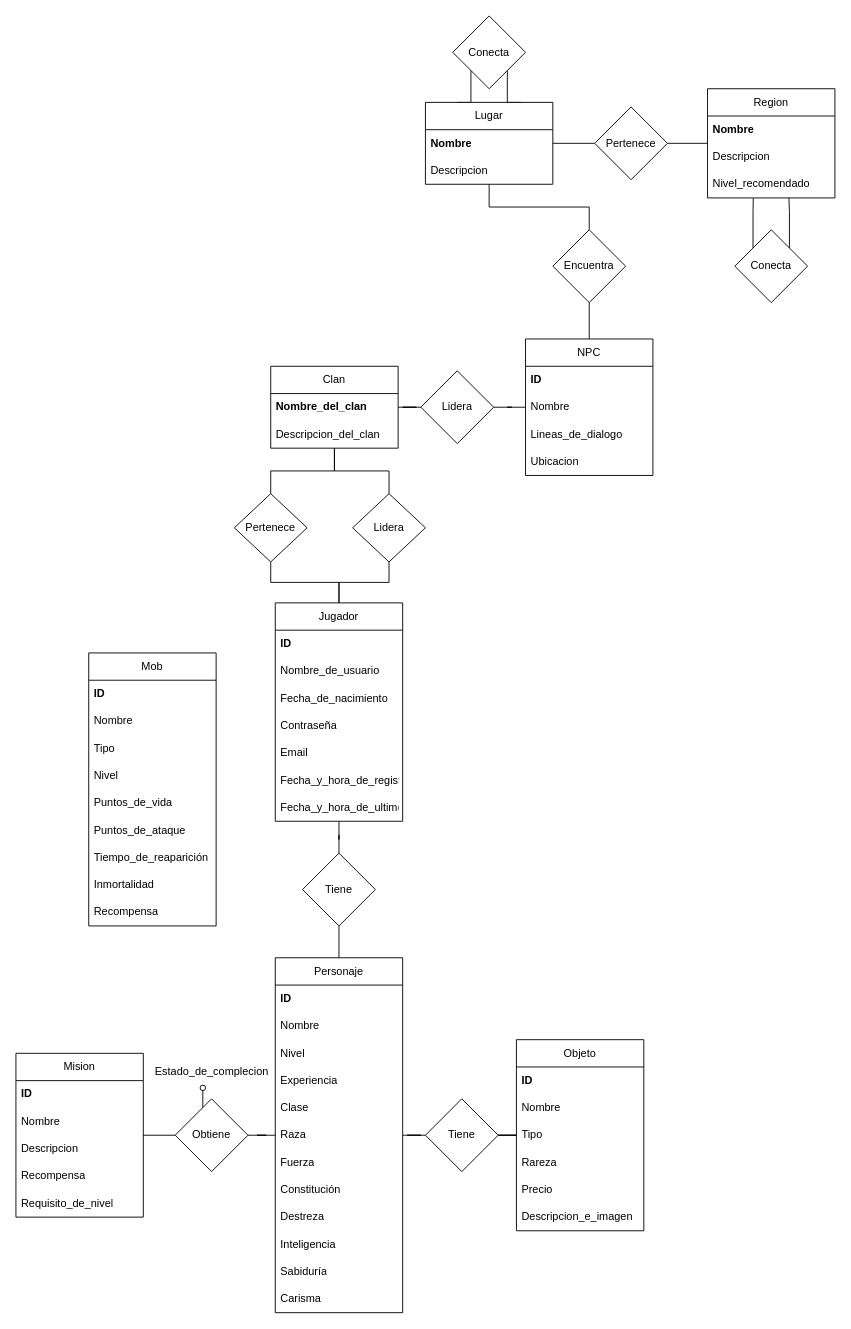
Gotrufo-Eloy/Proyectos keeps this draw.io diagram as Base Datos/Diagramas ER/EloyDelgadoPérez.drawio. Above is the earlier version. Source tidied: cells renumbered, new cells numbered last; positions are measured from the earlier drawing's top-left corner, leaving out a move shared by most shapes. Both pictures are drawn from the tidied source at 91%, with x=0, y=0 at pixel (15, 15).
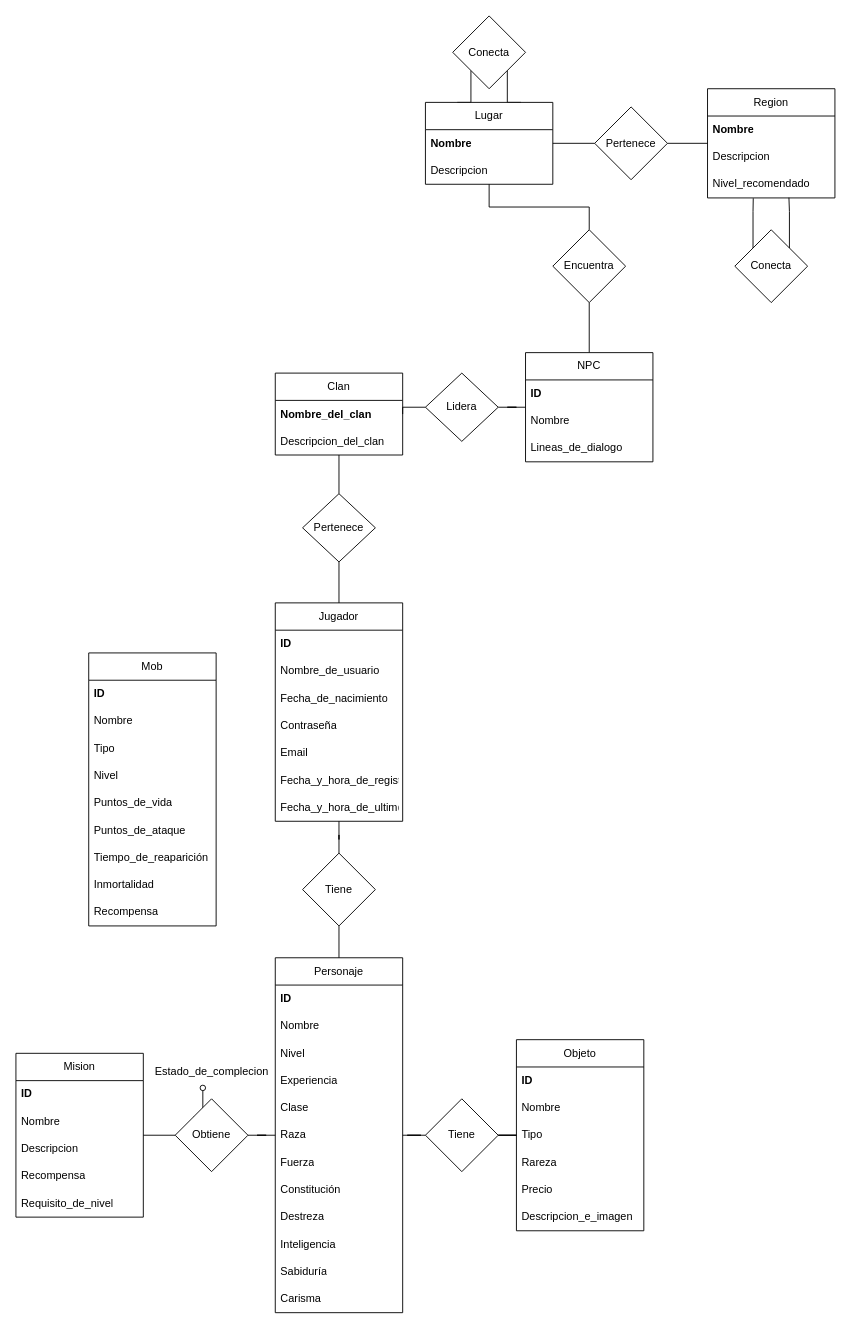
Above is the later version.

The change refers to these unchanged cells:
```xml
<mxCell id="4" value="Jugador" style="swimlane;fontStyle=0;horizontal=1;startSize=30;whiteSpace=wrap;html=1;" parent="1" vertex="1">
  <mxGeometry x="285" y="645" width="140" height="240" as="geometry" />
</mxCell>
<mxCell id="69" value="&lt;b&gt;Nombre_del_clan&lt;/b&gt;" style="text;strokeColor=none;fillColor=none;align=left;verticalAlign=middle;spacingLeft=4;spacingRight=4;overflow=hidden;points=[[0,0.5],[1,0.5]];portConstraint=eastwest;whiteSpace=wrap;html=1;" parent="68" vertex="1">
  <mxGeometry y="30" width="140" height="30" as="geometry" />
</mxCell>
```

Change to the diagram source:
```diff
@@
-    <mxCell id="62" style="edgeStyle=orthogonalEdgeStyle;rounded=0;jettySize=auto;html=1;endArrow=none;endFill=0;entryX=1;entryY=0.5;entryDx=0;entryDy=0;" parent="1" edge="1" source="63" target="90">
+    <mxCell id="62" style="edgeStyle=orthogonalEdgeStyle;rounded=0;jettySize=auto;html=1;endArrow=none;endFill=0;entryX=1;entryY=0.5;entryDx=0;entryDy=0;" parent="1" edge="1" source="63" target="88">
       <mxGeometry relative="1" as="geometry" />
     </mxCell>
     <mxCell id="63" value="NPC" style="swimlane;fontStyle=0;horizontal=1;startSize=30;whiteSpace=wrap;html=1;" parent="1" vertex="1">
-      <mxGeometry x="560" y="355" width="140" height="150" as="geometry" />
+      <mxGeometry x="560" y="370" width="140" height="120" as="geometry" />
     </mxCell>
@@
-    <mxCell id="67" value="Ubicacion" style="text;strokeColor=none;fillColor=none;align=left;verticalAlign=middle;spacingLeft=4;spacingRight=4;overflow=hidden;whiteSpace=wrap;html=1;" parent="63" vertex="1">
-      <mxGeometry y="120" width="140" height="30" as="geometry" />
-    </mxCell>
     <mxCell id="68" value="Clan" style="swimlane;fontStyle=0;horizontal=1;startSize=30;whiteSpace=wrap;html=1;" parent="1" vertex="1">
-      <mxGeometry x="280" y="385" width="140" height="90" as="geometry" />
+      <mxGeometry x="285" y="392.5" width="140" height="90" as="geometry" />
     </mxCell>
@@
     <mxCell id="72" value="Pertenece" style="rhombus;whiteSpace=wrap;html=1;fontStyle=0;startSize=30;" parent="1" vertex="1">
-      <mxGeometry x="240" y="525" width="80" height="75" as="geometry" />
+      <mxGeometry x="315" y="525" width="80" height="75" as="geometry" />
     </mxCell>
@@
-    <mxCell id="86" style="edgeStyle=orthogonalEdgeStyle;rounded=0;jettySize=auto;html=1;entryX=0.5;entryY=1;entryDx=0;entryDy=0;endArrow=none;endFill=0;" parent="1" edge="1" source="88" target="68">
-      <mxGeometry relative="1" as="geometry" />
-    </mxCell>
-    <mxCell id="87" style="edgeStyle=orthogonalEdgeStyle;rounded=0;jettySize=auto;html=1;exitX=0.5;exitY=1;exitDx=0;exitDy=0;entryX=0.5;entryY=0;entryDx=0;entryDy=0;endArrow=none;endFill=0;" parent="1" edge="1" source="88" target="4">
-      <mxGeometry relative="1" as="geometry" />
-    </mxCell>
     <mxCell id="88" value="Lidera" style="rhombus;whiteSpace=wrap;html=1;fontStyle=0;startSize=30;" parent="1" vertex="1">
-      <mxGeometry x="370" y="525" width="80" height="75" as="geometry" />
+      <mxGeometry x="450" y="392.5" width="80" height="75" as="geometry" />
     </mxCell>
-    <mxCell id="89" style="edgeStyle=orthogonalEdgeStyle;rounded=0;jettySize=auto;html=1;entryX=1;entryY=0.5;entryDx=0;entryDy=0;endArrow=none;endFill=0;" parent="1" edge="1" source="90" target="68">
-      <mxGeometry relative="1" as="geometry" />
-    </mxCell>
-    <mxCell id="90" value="Lidera" style="rhombus;whiteSpace=wrap;html=1;fontStyle=0;startSize=30;" parent="1" vertex="1">
-      <mxGeometry x="445" y="390" width="80" height="80" as="geometry" />
-    </mxCell>
@@
+    <mxCell id="93" style="edgeStyle=orthogonalEdgeStyle;rounded=0;jettySize=auto;html=1;exitX=0;exitY=0.5;exitDx=0;exitDy=0;entryX=1;entryY=0.5;entryDx=0;entryDy=0;endArrow=none;endFill=0;" parent="1" edge="1" source="88" target="69">
+      <mxGeometry relative="1" as="geometry" />
+    </mxCell>
```
